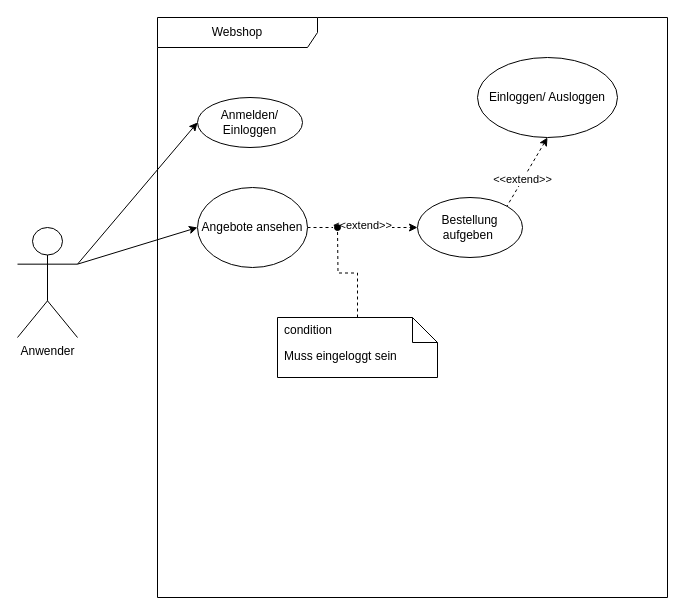
Before: Webshop.drawio in Zynd4x/Draw.io-, a draw.io diagram. Source tidied: cells renumbered, new cells numbered last; positions are measured from the earlier drawing's top-left corner, leaving out a move shared by most shapes. Both pictures are drawn from the tidied source at 100%, with x=0, y=0 at pixel (17, 17).
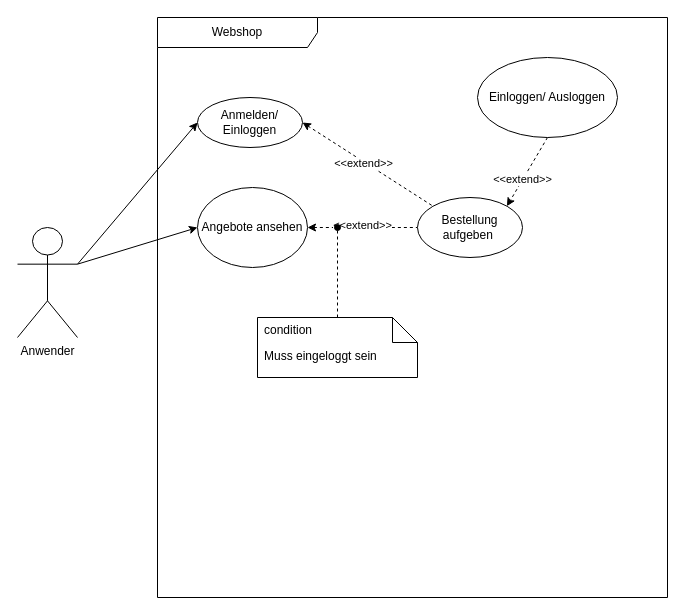
Above is the later version.

Unchanged cells that the change refers to:
```xml
<mxCell id="2" value="Webshop" style="shape=umlFrame;whiteSpace=wrap;html=1;width=160;" parent="1" vertex="1">
  <mxGeometry x="140" width="510" height="580" as="geometry" />
</mxCell>
<mxCell id="5" value="Angebote ansehen" style="ellipse;html=1;whiteSpace=wrap;" parent="2" vertex="1">
  <mxGeometry x="40" y="170" width="110" height="80" as="geometry" />
</mxCell>
<mxCell id="6" value="Anmelden/&lt;div&gt;Einloggen&lt;/div&gt;" style="ellipse;html=1;whiteSpace=wrap;" parent="2" vertex="1">
  <mxGeometry x="40" y="80" width="105" height="50" as="geometry" />
</mxCell>
<mxCell id="7" value="Bestellung aufgeben&amp;nbsp;" style="ellipse;html=1;whiteSpace=wrap;" parent="2" vertex="1">
  <mxGeometry x="260" y="180" width="105" height="60" as="geometry" />
</mxCell>
<mxCell id="10" value="Einloggen/ Ausloggen" style="ellipse;html=1;whiteSpace=wrap;" parent="2" vertex="1">
  <mxGeometry x="320" y="40" width="140" height="80" as="geometry" />
</mxCell>
```

What changed in the source:
```diff
@@
-    <mxCell id="3" style="edgeStyle=orthogonalEdgeStyle;rounded=0;jettySize=auto;html=1;exitX=1;exitY=0.5;exitDx=0;exitDy=0;entryX=0;entryY=0.5;entryDx=0;entryDy=0;dashed=1;" parent="2" edge="1" source="5" target="7">
+    <mxCell id="3" style="edgeStyle=orthogonalEdgeStyle;rounded=0;jettySize=auto;html=1;exitX=1;exitY=0.5;exitDx=0;exitDy=0;entryX=0;entryY=0.5;entryDx=0;entryDy=0;dashed=1;startArrow=classic;startFill=1;endArrow=none;endFill=0;" parent="2" edge="1" source="5" target="7">
       <mxGeometry relative="1" as="geometry" />
     </mxCell>
@@
+    <mxCell id="17" style="rounded=0;jettySize=auto;html=1;exitX=1;exitY=0.5;exitDx=0;exitDy=0;entryX=0;entryY=0;entryDx=0;entryDy=0;dashed=1;startArrow=classic;startFill=1;endArrow=none;endFill=0;" parent="2" edge="1" source="6" target="7">
+      <mxGeometry relative="1" as="geometry" />
+    </mxCell>
+    <mxCell id="18" value="&amp;lt;&amp;lt;extend&amp;gt;&amp;gt;" style="edgeLabel;html=1;align=center;verticalAlign=middle;" parent="17" vertex="1">
+      <mxGeometry x="-0.06" y="-1" relative="1" as="geometry" />
+    </mxCell>
@@
-    <mxCell id="8" style="rounded=0;jettySize=auto;html=1;exitX=0.5;exitY=1;exitDx=0;exitDy=0;entryX=1;entryY=0;entryDx=0;entryDy=0;dashed=1;endArrow=none;endFill=0;startArrow=classic;startFill=1;" parent="2" edge="1" source="10" target="7">
+    <mxCell id="8" style="rounded=0;jettySize=auto;html=1;exitX=0.5;exitY=1;exitDx=0;exitDy=0;entryX=1;entryY=0;entryDx=0;entryDy=0;dashed=1;endArrow=classic;endFill=1;startArrow=none;startFill=0;" parent="2" edge="1" source="10" target="7">
       <mxGeometry relative="1" as="geometry" />
     </mxCell>
@@
+    <mxCell id="15" value="Muss eingeloggt sein" style="shape=note2;boundedLbl=1;whiteSpace=wrap;html=1;size=25;verticalAlign=top;align=left;spacingLeft=5;whiteSpace=wrap;" parent="2" vertex="1">
+      <mxGeometry x="100" y="300" width="160" height="60" as="geometry" />
+    </mxCell>
+    <mxCell id="16" value="condition" style="html=1;strokeColor=none;fillColor=none;align=left;spacingLeft=5;whiteSpace=wrap;" parent="15" vertex="1">
+      <mxGeometry width="160" height="25" relative="1" as="geometry" />
+    </mxCell>
@@
-    <mxCell id="15" value="Muss eingeloggt sein" style="shape=note2;boundedLbl=1;whiteSpace=wrap;html=1;size=25;verticalAlign=top;align=left;spacingLeft=5;whiteSpace=wrap;" parent="1" vertex="1">
-      <mxGeometry x="260" y="300" width="160" height="60" as="geometry" />
-    </mxCell>
-    <mxCell id="16" value="condition" style="html=1;strokeColor=none;fillColor=none;align=left;spacingLeft=5;whiteSpace=wrap;" parent="15" vertex="1">
-      <mxGeometry width="160" height="25" relative="1" as="geometry" />
-    </mxCell>
```
